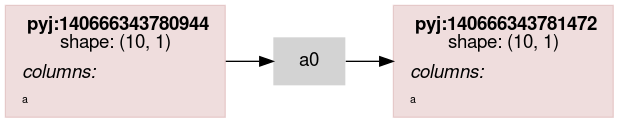
The Graphviz diagram scripts/rdflog/a0.ttl.dot.png in asmirnov69/pyjviz-poc, before a commit. Its source is kept beside it as scripts/rdflog/a0.ttl.dot.
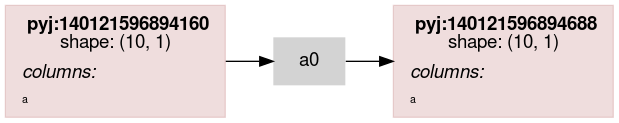
After the commit.

Change to the diagram source:
```diff
@@ -14,7 +14,7 @@
                 color="#88000022"
                 shape = rect
                 label = <<table border="0" cellborder="0" cellspacing="0" cellpadding="4">
-                         <tr> <td> <b>pyj:140666343780944</b><br/>shape: (10, 1)</td> </tr>
+                         <tr> <td> <b>pyj:140121596894160</b><br/>shape: (10, 1)</td> </tr>
                          <tr> <td align="left"><i>columns:</i><br align="left"/></td></tr>
                 <tr><td align="left"><FONT POINT-SIZE="8px">a</FONT></td></tr>
                          </table>>
@@ -23,7 +23,7 @@
                 color="#88000022"
                 shape = rect
                 label = <<table border="0" cellborder="0" cellspacing="0" cellpadding="4">
-                         <tr> <td> <b>pyj:140666343781472</b><br/>shape: (10, 1)</td> </tr>
+                         <tr> <td> <b>pyj:140121596894688</b><br/>shape: (10, 1)</td> </tr>
                          <tr> <td align="left"><i>columns:</i><br align="left"/></td></tr>
                 <tr><td align="left"><FONT POINT-SIZE="8px">a</FONT></td></tr>
                          </table>>
```
